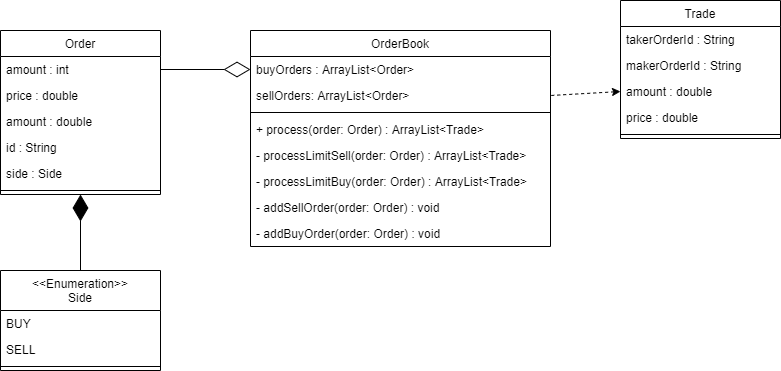
Before: design-docs/class-diagram.png, a diagram exported from draw.io (Laffini/Java-Matching-Engine-Core). Source tidied: cells renumbered, new cells last; positions are measured from the earlier drawing's top-left corner, leaving out a move shared by most shapes. Source of this version:
```xml
<mxGraphModel>
  <root>
    <mxCell id="0" />
    <mxCell id="1" parent="0" />
    <mxCell id="2" value="Trade" style="swimlane;fontStyle=0;align=center;verticalAlign=top;horizontal=1;startSize=26;rounded=0;shadow=0;strokeWidth=1;" parent="1" vertex="1">
      <mxGeometry x="620" width="160" height="138" as="geometry" />
    </mxCell>
    <mxCell id="3" value="takerOrderId : String" style="text;align=left;verticalAlign=top;spacingLeft=4;spacingRight=4;overflow=hidden;" parent="2" vertex="1">
      <mxGeometry y="26" width="160" height="26" as="geometry" />
    </mxCell>
    <mxCell id="4" value="makerOrderId : String" style="text;align=left;verticalAlign=top;spacingLeft=4;spacingRight=4;overflow=hidden;rounded=0;shadow=0;html=0;" parent="2" vertex="1">
      <mxGeometry y="52" width="160" height="26" as="geometry" />
    </mxCell>
    <mxCell id="5" value="amount : double" style="text;align=left;verticalAlign=top;spacingLeft=4;spacingRight=4;overflow=hidden;points=[[0,0.5],[1,0.5]];portConstraint=eastwest;rounded=0;shadow=0;html=0;" parent="2" vertex="1">
      <mxGeometry y="78" width="160" height="26" as="geometry" />
    </mxCell>
    <mxCell id="6" value="price : double" style="text;align=left;verticalAlign=top;spacingLeft=4;spacingRight=4;overflow=hidden;rounded=0;shadow=0;html=0;" parent="2" vertex="1">
      <mxGeometry y="104" width="160" height="26" as="geometry" />
    </mxCell>
    <mxCell id="7" style="line;html=1;strokeWidth=1;align=left;verticalAlign=middle;spacingTop=-1;spacingLeft=3;spacingRight=3;labelPosition=right;" parent="2" vertex="1">
      <mxGeometry y="130" width="160" height="8" as="geometry" />
    </mxCell>
    <mxCell id="8" value="&lt;&lt;Enumeration&gt;&gt;&#10;Side&#10;&#10;" style="swimlane;fontStyle=0;align=center;verticalAlign=top;horizontal=1;startSize=40;rounded=0;shadow=0;strokeWidth=1;" parent="1" vertex="1">
      <mxGeometry y="270" width="160" height="100" as="geometry" />
    </mxCell>
    <mxCell id="9" value="BUY" style="text;align=left;verticalAlign=top;spacingLeft=4;spacingRight=4;overflow=hidden;" parent="8" vertex="1">
      <mxGeometry y="40" width="160" height="26" as="geometry" />
    </mxCell>
    <mxCell id="10" value="SELL" style="text;align=left;verticalAlign=top;spacingLeft=4;spacingRight=4;overflow=hidden;rounded=0;shadow=0;html=0;" parent="8" vertex="1">
      <mxGeometry y="66" width="160" height="26" as="geometry" />
    </mxCell>
    <mxCell id="11" style="line;html=1;strokeWidth=1;align=left;verticalAlign=middle;spacingTop=-1;spacingLeft=3;spacingRight=3;labelPosition=right;" parent="8" vertex="1">
      <mxGeometry y="92" width="160" height="8" as="geometry" />
    </mxCell>
    <mxCell id="12" value="Order" style="swimlane;fontStyle=0;align=center;verticalAlign=top;horizontal=1;startSize=26;rounded=0;shadow=0;strokeWidth=1;" parent="1" vertex="1">
      <mxGeometry y="30" width="160" height="164" as="geometry" />
    </mxCell>
    <mxCell id="13" value="amount : int" style="text;align=left;verticalAlign=top;spacingLeft=4;spacingRight=4;overflow=hidden;points=[[0,0.5],[1,0.5]];portConstraint=eastwest;" parent="12" vertex="1">
      <mxGeometry y="26" width="160" height="26" as="geometry" />
    </mxCell>
    <mxCell id="14" value="price : double" style="text;align=left;verticalAlign=top;spacingLeft=4;spacingRight=4;overflow=hidden;rounded=0;shadow=0;html=0;" parent="12" vertex="1">
      <mxGeometry y="52" width="160" height="26" as="geometry" />
    </mxCell>
    <mxCell id="15" value="amount : double" style="text;align=left;verticalAlign=top;spacingLeft=4;spacingRight=4;overflow=hidden;rounded=0;shadow=0;html=0;" parent="12" vertex="1">
      <mxGeometry y="78" width="160" height="26" as="geometry" />
    </mxCell>
    <mxCell id="16" value="id : String" style="text;align=left;verticalAlign=top;spacingLeft=4;spacingRight=4;overflow=hidden;rounded=0;shadow=0;html=0;" parent="12" vertex="1">
      <mxGeometry y="104" width="160" height="26" as="geometry" />
    </mxCell>
    <mxCell id="17" value="side : Side" style="text;align=left;verticalAlign=top;spacingLeft=4;spacingRight=4;overflow=hidden;rounded=0;shadow=0;html=0;" parent="12" vertex="1">
      <mxGeometry y="130" width="160" height="26" as="geometry" />
    </mxCell>
    <mxCell id="18" style="line;html=1;strokeWidth=1;align=left;verticalAlign=middle;spacingTop=-1;spacingLeft=3;spacingRight=3;labelPosition=right;" parent="12" vertex="1">
      <mxGeometry y="156" width="160" height="8" as="geometry" />
    </mxCell>
    <mxCell id="19" value="OrderBook" style="swimlane;fontStyle=0;align=center;verticalAlign=top;horizontal=1;startSize=26;rounded=0;shadow=0;strokeWidth=1;" parent="1" vertex="1">
      <mxGeometry x="250" y="30" width="300" height="216" as="geometry" />
    </mxCell>
    <mxCell id="20" value="buyOrders : ArrayList&lt;Order&gt;" style="text;align=left;verticalAlign=top;spacingLeft=4;spacingRight=4;overflow=hidden;points=[[0,0.5],[1,0.5]];portConstraint=eastwest;" parent="19" vertex="1">
      <mxGeometry y="26" width="300" height="26" as="geometry" />
    </mxCell>
    <mxCell id="21" value="sellOrders: ArrayList&lt;Order&gt;" style="text;align=left;verticalAlign=top;spacingLeft=4;spacingRight=4;overflow=hidden;points=[[0,0.5],[1,0.5]];portConstraint=eastwest;" parent="19" vertex="1">
      <mxGeometry y="52" width="300" height="26" as="geometry" />
    </mxCell>
    <mxCell id="22" style="line;html=1;strokeWidth=1;align=left;verticalAlign=middle;spacingTop=-1;spacingLeft=3;spacingRight=3;labelPosition=right;" parent="19" vertex="1">
      <mxGeometry y="78" width="300" height="8" as="geometry" />
    </mxCell>
    <mxCell id="23" value="+ process(order: Order) : ArrayList&lt;Trade&gt;" style="text;align=left;verticalAlign=top;spacingLeft=4;spacingRight=4;overflow=hidden;" parent="19" vertex="1">
      <mxGeometry y="86" width="300" height="26" as="geometry" />
    </mxCell>
    <mxCell id="24" value="- processLimitSell(order: Order) : ArrayList&lt;Trade&gt;" style="text;align=left;verticalAlign=top;spacingLeft=4;spacingRight=4;overflow=hidden;" parent="19" vertex="1">
      <mxGeometry y="112" width="300" height="26" as="geometry" />
    </mxCell>
    <mxCell id="25" value="- processLimitBuy(order: Order) : ArrayList&lt;Trade&gt;" style="text;align=left;verticalAlign=top;spacingLeft=4;spacingRight=4;overflow=hidden;" parent="19" vertex="1">
      <mxGeometry y="138" width="300" height="26" as="geometry" />
    </mxCell>
    <mxCell id="26" value="- addSellOrder(order: Order) : void" style="text;align=left;verticalAlign=top;spacingLeft=4;spacingRight=4;overflow=hidden;" parent="19" vertex="1">
      <mxGeometry y="164" width="300" height="26" as="geometry" />
    </mxCell>
    <mxCell id="27" value="- addBuyOrder(order: Order) : void" style="text;align=left;verticalAlign=top;spacingLeft=4;spacingRight=4;overflow=hidden;" parent="19" vertex="1">
      <mxGeometry y="190" width="300" height="26" as="geometry" />
    </mxCell>
    <mxCell id="28" style="endArrow=diamondThin;endFill=1;endSize=24;html=1;entryX=0.5;entryY=1;entryDx=0;entryDy=0;" parent="1" edge="1" source="8" target="12">
      <mxGeometry relative="1" as="geometry" />
    </mxCell>
    <mxCell id="29" style="endArrow=diamondThin;endFill=0;endSize=24;html=1;exitX=1;exitY=0.5;exitDx=0;exitDy=0;entryX=0;entryY=0.5;entryDx=0;entryDy=0;" parent="1" edge="1" source="13" target="20">
      <mxGeometry relative="1" as="geometry" />
    </mxCell>
    <mxCell id="30" style="endArrow=none;dashed=1;html=1;startArrow=classic;startFill=1;entryX=1;entryY=0.5;entryDx=0;entryDy=0;exitX=0;exitY=0.5;exitDx=0;exitDy=0;" parent="1" edge="1" source="5" target="21">
      <mxGeometry relative="1" as="geometry" />
    </mxCell>
  </root>
</mxGraphModel>
```
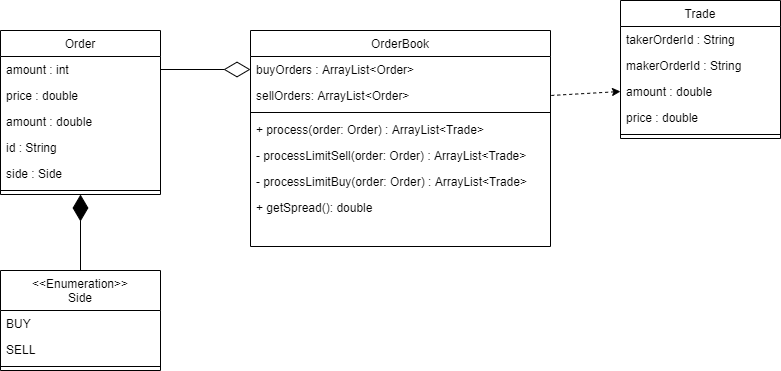
After the change.

The edit, as a diff of the source:
```diff
@@ -74,11 +74,8 @@
     <mxCell id="25" value="- processLimitBuy(order: Order) : ArrayList&lt;Trade&gt;" style="text;align=left;verticalAlign=top;spacingLeft=4;spacingRight=4;overflow=hidden;" parent="19" vertex="1">
       <mxGeometry y="138" width="300" height="26" as="geometry" />
     </mxCell>
-    <mxCell id="26" value="- addSellOrder(order: Order) : void" style="text;align=left;verticalAlign=top;spacingLeft=4;spacingRight=4;overflow=hidden;" parent="19" vertex="1">
-      <mxGeometry y="164" width="300" height="26" as="geometry" />
-    </mxCell>
-    <mxCell id="27" value="- addBuyOrder(order: Order) : void" style="text;align=left;verticalAlign=top;spacingLeft=4;spacingRight=4;overflow=hidden;" parent="19" vertex="1">
-      <mxGeometry y="190" width="300" height="26" as="geometry" />
+    <mxCell id="27" value="+ getSpread(): double" style="text;align=left;verticalAlign=top;spacingLeft=4;spacingRight=4;overflow=hidden;" parent="19" vertex="1">
+      <mxGeometry y="164" width="300" height="26" as="geometry" />
     </mxCell>
     <mxCell id="28" style="endArrow=diamondThin;endFill=1;endSize=24;html=1;entryX=0.5;entryY=1;entryDx=0;entryDy=0;" parent="1" edge="1" source="8" target="12">
       <mxGeometry relative="1" as="geometry" />
```
